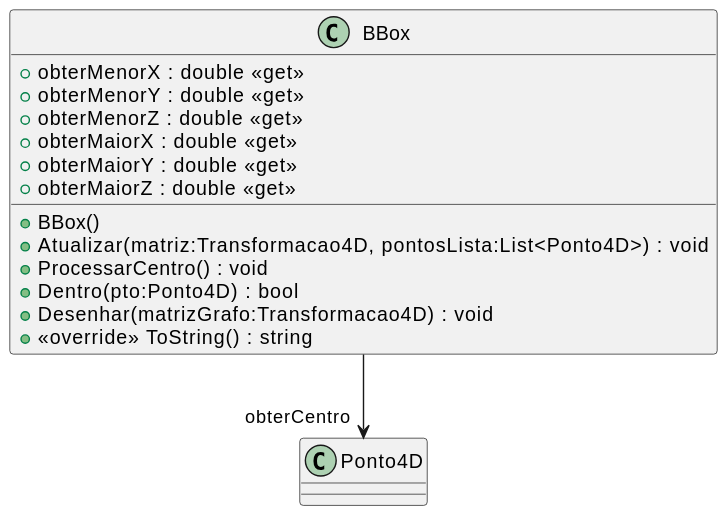
Earlier version of the PlantUML export CG_Biblioteca/svg/plantuml/BBox.svg (dalton-reis/CG_2024_1).
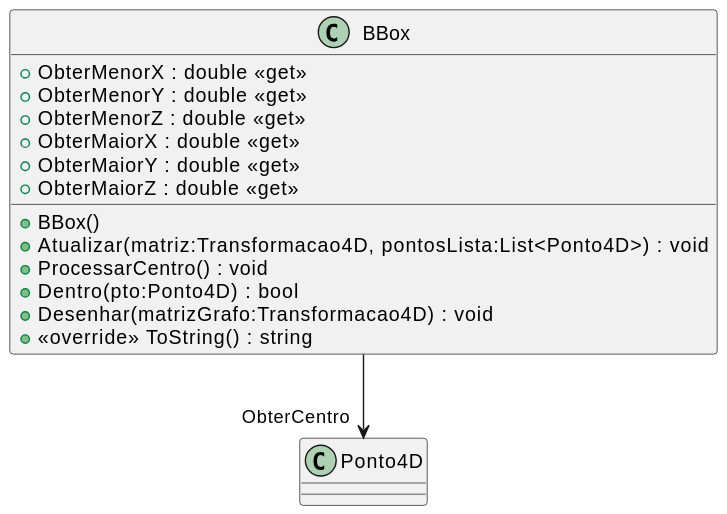
After the commit.

Change to the diagram source:
```diff
@@ -4,14 +4,14 @@
     + Atualizar(matriz:Transformacao4D, pontosLista:List<Ponto4D>) : void
     + ProcessarCentro() : void
     + Dentro(pto:Ponto4D) : bool
-    + obterMenorX : double <<get>>
-    + obterMenorY : double <<get>>
-    + obterMenorZ : double <<get>>
-    + obterMaiorX : double <<get>>
-    + obterMaiorY : double <<get>>
-    + obterMaiorZ : double <<get>>
+    + ObterMenorX : double <<get>>
+    + ObterMenorY : double <<get>>
+    + ObterMenorZ : double <<get>>
+    + ObterMaiorX : double <<get>>
+    + ObterMaiorY : double <<get>>
+    + ObterMaiorZ : double <<get>>
     + Desenhar(matrizGrafo:Transformacao4D) : void
     + <<override>> ToString() : string
 }
-BBox --> "obterCentro" Ponto4D
+BBox --> "ObterCentro" Ponto4D
 @enduml
```
